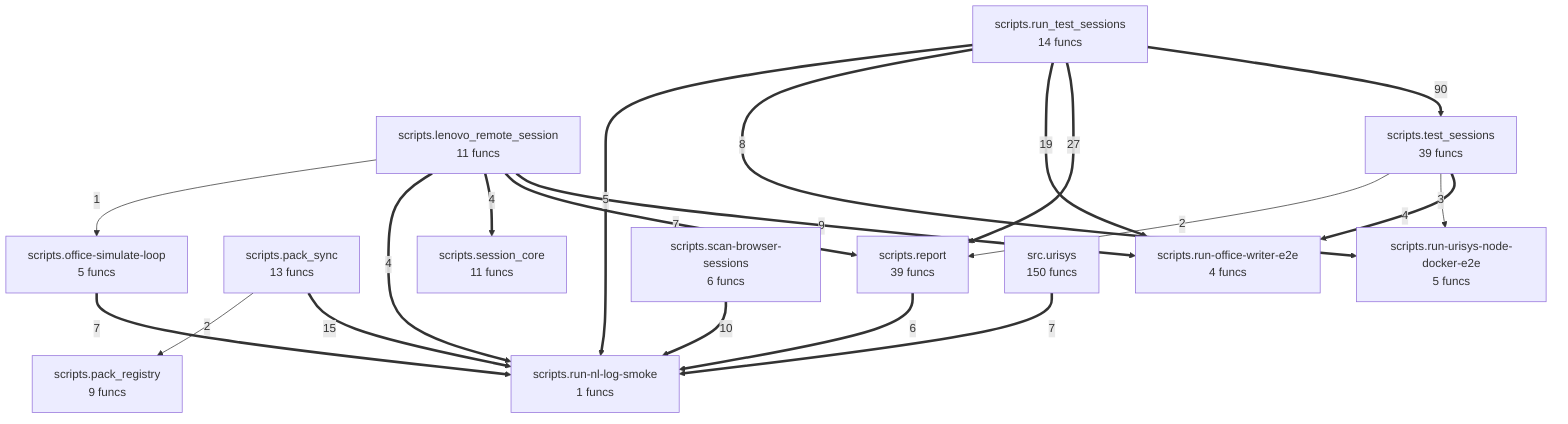
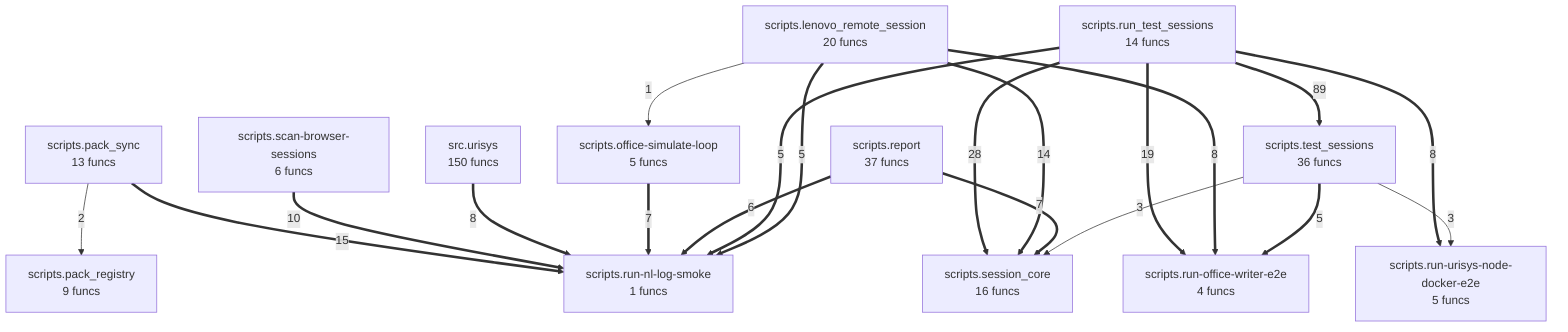
flowchart TD
%% generated in 0.01s
-     scripts__lenovo_remote_session["scripts.lenovo_remote_session<br/>11 funcs"]
+     scripts__lenovo_remote_session["scripts.lenovo_remote_session<br/>20 funcs"]
    scripts__office_simulate_loop["scripts.office-simulate-loop<br/>5 funcs"]
    scripts__pack_registry["scripts.pack_registry<br/>9 funcs"]
    scripts__pack_sync["scripts.pack_sync<br/>13 funcs"]
-     scripts__report["scripts.report<br/>39 funcs"]
+     scripts__report["scripts.report<br/>37 funcs"]
    scripts__run_nl_log_smoke["scripts.run-nl-log-smoke<br/>1 funcs"]
    scripts__run_office_writer_e2e["scripts.run-office-writer-e2e<br/>4 funcs"]
    scripts__run_urisys_node_docker_e2e["scripts.run-urisys-node-docker-e2e<br/>5 funcs"]
    scripts__run_test_sessions["scripts.run_test_sessions<br/>14 funcs"]
    scripts__scan_browser_sessions["scripts.scan-browser-sessions<br/>6 funcs"]
-     scripts__session_core["scripts.session_core<br/>11 funcs"]
-     scripts__test_sessions["scripts.test_sessions<br/>39 funcs"]
+     scripts__session_core["scripts.session_core<br/>16 funcs"]
+     scripts__test_sessions["scripts.test_sessions<br/>36 funcs"]
    src__urisys["src.urisys<br/>150 funcs"]
-     scripts__run_test_sessions ==>|90| scripts__test_sessions
-     scripts__run_test_sessions ==>|27| scripts__report
+     scripts__run_test_sessions ==>|89| scripts__test_sessions
+     scripts__run_test_sessions ==>|28| scripts__session_core
    scripts__run_test_sessions ==>|19| scripts__run_office_writer_e2e
    scripts__pack_sync ==>|15| scripts__run_nl_log_smoke
+     scripts__lenovo_remote_session ==>|14| scripts__session_core
    scripts__scan_browser_sessions ==>|10| scripts__run_nl_log_smoke
-     scripts__lenovo_remote_session ==>|9| scripts__run_office_writer_e2e
+     src__urisys ==>|8| scripts__run_nl_log_smoke
    scripts__run_test_sessions ==>|8| scripts__run_urisys_node_docker_e2e
-     src__urisys ==>|7| scripts__run_nl_log_smoke
+     scripts__lenovo_remote_session ==>|8| scripts__run_office_writer_e2e
    scripts__office_simulate_loop ==>|7| scripts__run_nl_log_smoke
-     scripts__lenovo_remote_session ==>|7| scripts__report
+     scripts__report ==>|7| scripts__session_core
    scripts__report ==>|6| scripts__run_nl_log_smoke
    scripts__run_test_sessions ==>|5| scripts__run_nl_log_smoke
-     scripts__test_sessions ==>|4| scripts__run_office_writer_e2e
-     scripts__lenovo_remote_session ==>|4| scripts__session_core
-     scripts__lenovo_remote_session ==>|4| scripts__run_nl_log_smoke
+     scripts__test_sessions ==>|5| scripts__run_office_writer_e2e
+     scripts__lenovo_remote_session ==>|5| scripts__run_nl_log_smoke
    scripts__test_sessions -->|3| scripts__run_urisys_node_docker_e2e
+     scripts__test_sessions -->|3| scripts__session_core
    scripts__pack_sync -->|2| scripts__pack_registry
-     scripts__test_sessions -->|2| scripts__report
    scripts__lenovo_remote_session -->|1| scripts__office_simulate_loop
